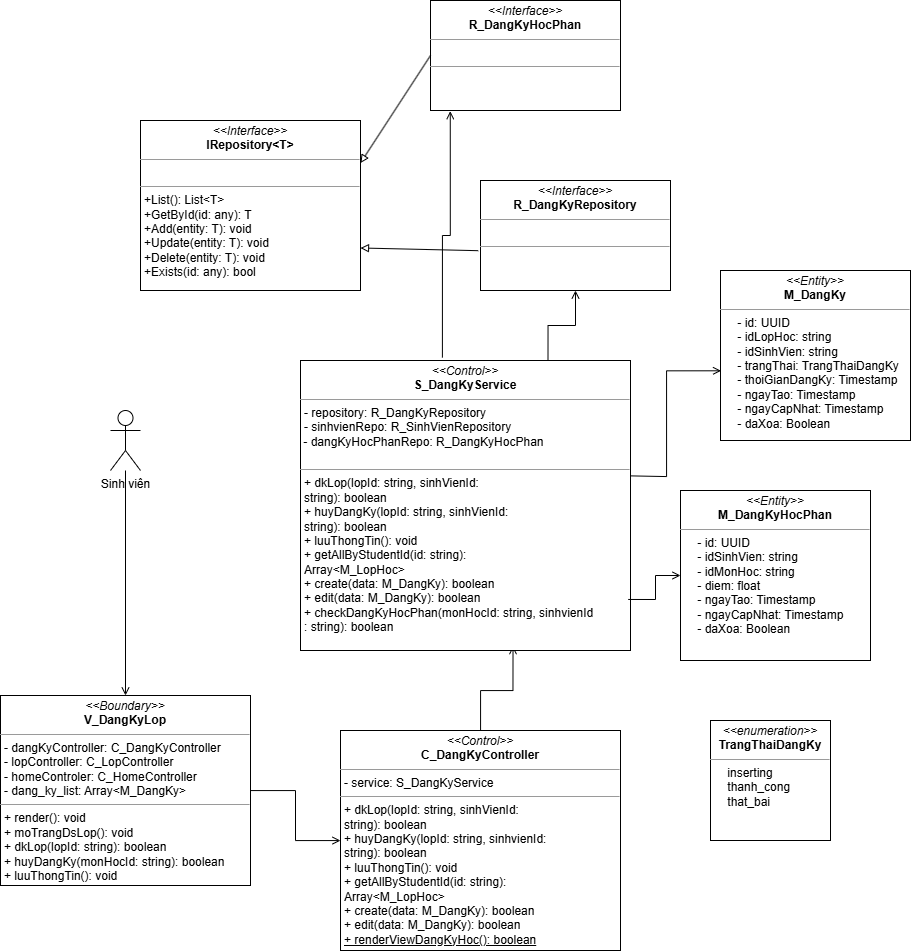
Above: Class Diagram/DK_Tin_Chi/Dang_ky_tin_chi_class_diagram.drawio.png in imvietcuongfrvietnam/PTTKHT (draw.io), before the change. Source tidied: cells renumbered, new cells last; positions are measured from the earlier drawing's top-left corner, leaving out a move shared by most shapes.
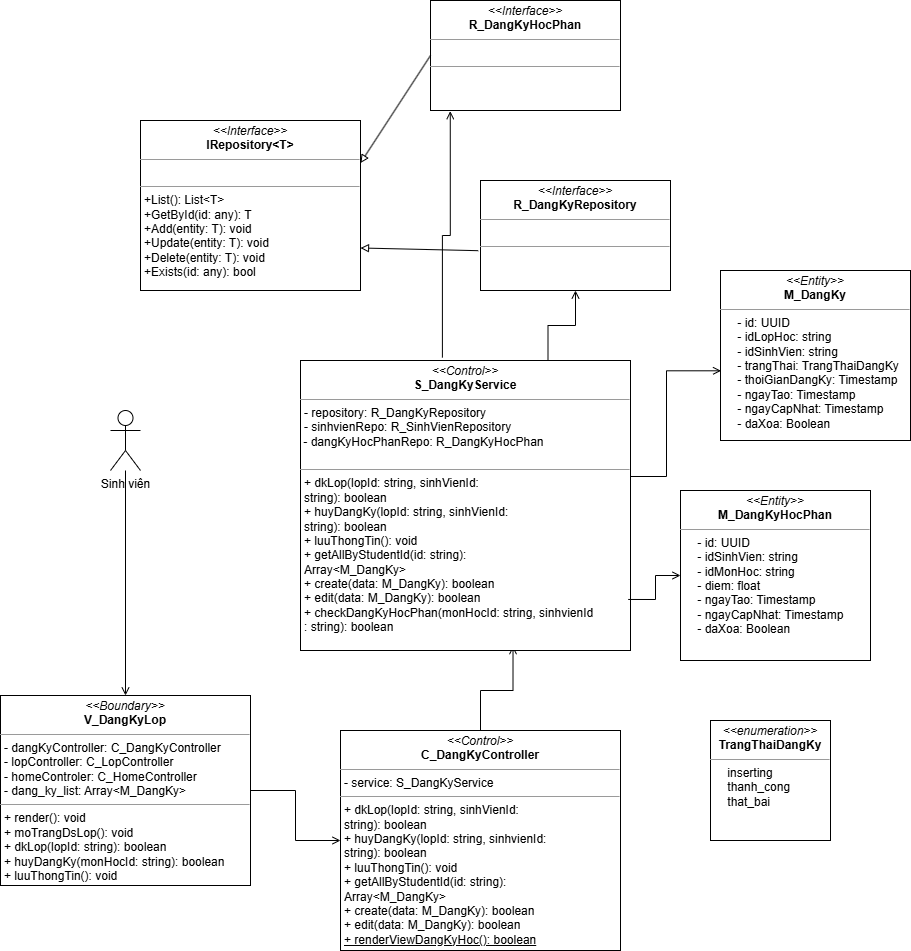
After the change.

Change to the diagram source:
```diff
@@ -17,7 +17,7 @@
     <mxCell id="6" style="edgeStyle=orthogonalEdgeStyle;rounded=0;jettySize=auto;html=1;endArrow=open;endFill=0;entryX=0.644;entryY=0.985;entryDx=0;entryDy=0;entryPerimeter=0;" parent="1" edge="1" source="7" target="15">
       <mxGeometry relative="1" as="geometry" />
     </mxCell>
-    <mxCell id="7" value="&lt;p style=&quot;margin:0px;margin-top:4px;text-align:center;&quot;&gt;&lt;i&gt;&amp;lt;&amp;lt;Control&amp;gt;&amp;gt;&lt;/i&gt;&lt;br&gt;&lt;b&gt;C_DangKyController&lt;/b&gt;&lt;/p&gt;&lt;hr size=&quot;1&quot;&gt;&lt;p style=&quot;margin:0px;margin-left:4px;&quot;&gt;&lt;span style=&quot;background-color: transparent; color: light-dark(rgb(0, 0, 0), rgb(255, 255, 255));&quot;&gt;- service: S_DangKyService&lt;br&gt;&lt;/span&gt;&lt;/p&gt;&lt;hr size=&quot;1&quot;&gt;&lt;p style=&quot;margin: 0px 0px 0px 4px;&quot;&gt;&lt;span style=&quot;background-color: transparent; color: light-dark(rgb(0, 0, 0), rgb(255, 255, 255));&quot;&gt;+ dkLop(lopId: string,&amp;nbsp;&lt;/span&gt;&lt;span style=&quot;background-color: transparent; color: light-dark(rgb(0, 0, 0), rgb(255, 255, 255));&quot;&gt;sinhVienId:&amp;nbsp;&lt;/span&gt;&lt;/p&gt;&lt;p style=&quot;margin: 0px 0px 0px 4px;&quot;&gt;&lt;span style=&quot;background-color: transparent; color: light-dark(rgb(0, 0, 0), rgb(255, 255, 255));&quot;&gt;string&lt;/span&gt;&lt;span style=&quot;background-color: transparent; color: light-dark(rgb(0, 0, 0), rgb(255, 255, 255));&quot;&gt;): boolean&lt;/span&gt;&lt;/p&gt;&lt;p style=&quot;margin: 0px 0px 0px 4px;&quot;&gt;+ huyDangKy(lopId: string,&amp;nbsp;&lt;span style=&quot;background-color: transparent; color: light-dark(rgb(0, 0, 0), rgb(255, 255, 255));&quot;&gt;sinhvienId:&lt;/span&gt;&lt;/p&gt;&lt;p style=&quot;margin: 0px 0px 0px 4px;&quot;&gt;&lt;span style=&quot;background-color: transparent; color: light-dark(rgb(0, 0, 0), rgb(255, 255, 255));&quot;&gt;string&lt;/span&gt;): boolean&lt;/p&gt;&lt;p style=&quot;margin:0px;margin-left:4px;&quot;&gt;+ luuThongTin(): void&lt;/p&gt;&lt;p style=&quot;margin:0px;margin-left:4px;&quot;&gt;&lt;span style=&quot;background-color: transparent; color: light-dark(rgb(0, 0, 0), rgb(255, 255, 255));&quot;&gt;+ getAllByStudentId(id: string):&amp;nbsp;&lt;/span&gt;&lt;/p&gt;&lt;p style=&quot;margin:0px;margin-left:4px;&quot;&gt;&lt;span style=&quot;background-color: transparent; color: light-dark(rgb(0, 0, 0), rgb(255, 255, 255));&quot;&gt;Array&amp;lt;M_LopHoc&amp;gt;&lt;/span&gt;&lt;/p&gt;&lt;p style=&quot;margin:0px;margin-left:4px;&quot;&gt;&lt;span style=&quot;background-color: transparent; color: light-dark(rgb(0, 0, 0), rgb(255, 255, 255));&quot;&gt;+ create(data: M_DangKy): boolean&lt;/span&gt;&lt;/p&gt;&lt;p style=&quot;margin:0px;margin-left:4px;&quot;&gt;&lt;span style=&quot;background-color: transparent; color: light-dark(rgb(0, 0, 0), rgb(255, 255, 255));&quot;&gt;+ edit(data: M_DangKy): boolean&lt;/span&gt;&lt;/p&gt;&lt;p style=&quot;margin:0px;margin-left:4px;&quot;&gt;&lt;span style=&quot;background-color: transparent; color: light-dark(rgb(0, 0, 0), rgb(255, 255, 255));&quot;&gt;&lt;u&gt;+ renderViewDangKyHoc(): boolean&lt;/u&gt;&lt;/span&gt;&lt;/p&gt;&lt;p style=&quot;margin:0px;margin-left:4px;&quot;&gt;&lt;br&gt;&lt;/p&gt;" style="verticalAlign=top;align=left;overflow=fill;fontSize=12;fontFamily=Helvetica;html=1;rounded=0;shadow=0;comic=0;labelBackgroundColor=none;strokeWidth=1;" parent="1" vertex="1">
+    <mxCell id="7" value="&lt;p style=&quot;margin:0px;margin-top:4px;text-align:center;&quot;&gt;&lt;i&gt;&amp;lt;&amp;lt;Control&amp;gt;&amp;gt;&lt;/i&gt;&lt;br&gt;&lt;b&gt;C_DangKyController&lt;/b&gt;&lt;/p&gt;&lt;hr size=&quot;1&quot;&gt;&lt;p style=&quot;margin:0px;margin-left:4px;&quot;&gt;&lt;span style=&quot;background-color: transparent; color: light-dark(rgb(0, 0, 0), rgb(255, 255, 255));&quot;&gt;- service: S_DangKyService&lt;br&gt;&lt;/span&gt;&lt;/p&gt;&lt;hr size=&quot;1&quot;&gt;&lt;p style=&quot;margin: 0px 0px 0px 4px;&quot;&gt;&lt;span style=&quot;background-color: transparent; color: light-dark(rgb(0, 0, 0), rgb(255, 255, 255));&quot;&gt;+ dkLop(lopId: string,&amp;nbsp;&lt;/span&gt;&lt;span style=&quot;background-color: transparent; color: light-dark(rgb(0, 0, 0), rgb(255, 255, 255));&quot;&gt;sinhVienId:&amp;nbsp;&lt;/span&gt;&lt;/p&gt;&lt;p style=&quot;margin: 0px 0px 0px 4px;&quot;&gt;&lt;span style=&quot;background-color: transparent; color: light-dark(rgb(0, 0, 0), rgb(255, 255, 255));&quot;&gt;string&lt;/span&gt;&lt;span style=&quot;background-color: transparent; color: light-dark(rgb(0, 0, 0), rgb(255, 255, 255));&quot;&gt;): boolean&lt;/span&gt;&lt;/p&gt;&lt;p style=&quot;margin: 0px 0px 0px 4px;&quot;&gt;+ huyDangKy(lopId: string,&amp;nbsp;&lt;span style=&quot;background-color: transparent; color: light-dark(rgb(0, 0, 0), rgb(255, 255, 255));&quot;&gt;sinhvienId:&lt;/span&gt;&lt;/p&gt;&lt;p style=&quot;margin: 0px 0px 0px 4px;&quot;&gt;&lt;span style=&quot;background-color: transparent; color: light-dark(rgb(0, 0, 0), rgb(255, 255, 255));&quot;&gt;string&lt;/span&gt;): boolean&lt;/p&gt;&lt;p style=&quot;margin:0px;margin-left:4px;&quot;&gt;+ luuThongTin(): void&lt;/p&gt;&lt;p style=&quot;margin:0px;margin-left:4px;&quot;&gt;&lt;span style=&quot;background-color: transparent; color: light-dark(rgb(0, 0, 0), rgb(255, 255, 255));&quot;&gt;+ getAllByStudentId(id: string):&amp;nbsp;&lt;/span&gt;&lt;/p&gt;&lt;p style=&quot;margin:0px;margin-left:4px;&quot;&gt;&lt;span style=&quot;background-color: transparent; color: light-dark(rgb(0, 0, 0), rgb(255, 255, 255));&quot;&gt;Array&amp;lt;M_DangKy&amp;gt;&lt;/span&gt;&lt;/p&gt;&lt;p style=&quot;margin:0px;margin-left:4px;&quot;&gt;&lt;span style=&quot;background-color: transparent; color: light-dark(rgb(0, 0, 0), rgb(255, 255, 255));&quot;&gt;+ create(data: M_DangKy): boolean&lt;/span&gt;&lt;/p&gt;&lt;p style=&quot;margin:0px;margin-left:4px;&quot;&gt;&lt;span style=&quot;background-color: transparent; color: light-dark(rgb(0, 0, 0), rgb(255, 255, 255));&quot;&gt;+ edit(data: M_DangKy): boolean&lt;/span&gt;&lt;/p&gt;&lt;p style=&quot;margin:0px;margin-left:4px;&quot;&gt;&lt;span style=&quot;background-color: transparent; color: light-dark(rgb(0, 0, 0), rgb(255, 255, 255));&quot;&gt;&lt;u&gt;+ renderViewDangKyHoc(): boolean&lt;/u&gt;&lt;/span&gt;&lt;/p&gt;&lt;p style=&quot;margin:0px;margin-left:4px;&quot;&gt;&lt;br&gt;&lt;/p&gt;" style="verticalAlign=top;align=left;overflow=fill;fontSize=12;fontFamily=Helvetica;html=1;rounded=0;shadow=0;comic=0;labelBackgroundColor=none;strokeWidth=1;" parent="1" vertex="1">
       <mxGeometry x="340" y="730" width="280" height="220" as="geometry" />
     </mxCell>
     <mxCell id="8" style="edgeStyle=orthogonalEdgeStyle;rounded=0;jettySize=auto;html=1;endArrow=open;endFill=0;exitX=0.75;exitY=0;exitDx=0;exitDy=0;" parent="1" edge="1" source="15" target="9">
@@ -47,7 +47,7 @@
     <mxCell id="14" value="&lt;p style=&quot;margin:0px;margin-top:4px;text-align:center;&quot;&gt;&lt;i&gt;&amp;lt;&amp;lt;enumeration&amp;gt;&amp;gt;&lt;/i&gt;&lt;br&gt;&lt;b&gt;TrangThaiDangKy&lt;/b&gt;&lt;/p&gt;&lt;hr size=&quot;1&quot;&gt;&lt;p style=&quot;margin:0px;margin-left:4px;&quot;&gt;&amp;nbsp; &amp;nbsp; inserting&lt;/p&gt;&lt;p style=&quot;margin:0px;margin-left:4px;&quot;&gt;&amp;nbsp; &amp;nbsp; thanh_cong&lt;/p&gt;&lt;p style=&quot;margin:0px;margin-left:4px;&quot;&gt;&amp;nbsp; &amp;nbsp; that_bai&lt;/p&gt;" style="verticalAlign=top;align=left;overflow=fill;fontSize=12;fontFamily=Helvetica;html=1;rounded=0;shadow=0;comic=0;labelBackgroundColor=none;strokeWidth=1;" parent="1" vertex="1">
       <mxGeometry x="710" y="720" width="120" height="120" as="geometry" />
     </mxCell>
-    <mxCell id="15" value="&lt;p style=&quot;margin:0px;margin-top:4px;text-align:center;&quot;&gt;&lt;i&gt;&amp;lt;&amp;lt;Control&amp;gt;&amp;gt;&lt;/i&gt;&lt;br&gt;&lt;b&gt;S_DangKyService&lt;/b&gt;&lt;/p&gt;&lt;hr size=&quot;1&quot;&gt;&lt;p style=&quot;margin:0px;margin-left:4px;&quot;&gt;&lt;span style=&quot;background-color: transparent; color: light-dark(rgb(0, 0, 0), rgb(255, 255, 255));&quot;&gt;- repository: R_DangKyRepository&lt;br&gt;&lt;/span&gt;&lt;/p&gt;&lt;p style=&quot;margin:0px;margin-left:4px;&quot;&gt;&lt;span style=&quot;background-color: transparent; color: light-dark(rgb(0, 0, 0), rgb(255, 255, 255));&quot;&gt;-&amp;nbsp;&lt;/span&gt;&lt;span style=&quot;background-color: transparent; color: light-dark(rgb(0, 0, 0), rgb(255, 255, 255));&quot;&gt;sinhvienRepo: R_SinhVienRepository&lt;/span&gt;&lt;/p&gt;&lt;div&gt;&lt;span style=&quot;background-color: transparent; color: light-dark(rgb(0, 0, 0), rgb(255, 255, 255));&quot;&gt;&amp;nbsp;- dangKyHocPhanRepo: R_DangKyHocPhan&lt;/span&gt;&lt;/div&gt;&lt;div&gt;&lt;span style=&quot;background-color: transparent; color: light-dark(rgb(0, 0, 0), rgb(255, 255, 255));&quot;&gt;&lt;br&gt;&lt;/span&gt;&lt;/div&gt;&lt;hr size=&quot;1&quot;&gt;&lt;p style=&quot;margin:0px;margin-left:4px;&quot;&gt;&lt;span style=&quot;background-color: transparent; color: light-dark(rgb(0, 0, 0), rgb(255, 255, 255));&quot;&gt;+ dkLop(lopId: string,&amp;nbsp;&lt;/span&gt;&lt;span style=&quot;background-color: transparent; color: light-dark(rgb(0, 0, 0), rgb(255, 255, 255));&quot;&gt;sinhVienId:&amp;nbsp;&lt;/span&gt;&lt;/p&gt;&lt;p style=&quot;margin:0px;margin-left:4px;&quot;&gt;&lt;span style=&quot;background-color: transparent; color: light-dark(rgb(0, 0, 0), rgb(255, 255, 255));&quot;&gt;string&lt;/span&gt;&lt;span style=&quot;background-color: transparent; color: light-dark(rgb(0, 0, 0), rgb(255, 255, 255));&quot;&gt;): boolean&lt;/span&gt;&lt;/p&gt;&lt;p style=&quot;margin:0px;margin-left:4px;&quot;&gt;+ huyDangKy(lopId: string,&amp;nbsp;&lt;span style=&quot;background-color: transparent; color: light-dark(rgb(0, 0, 0), rgb(255, 255, 255));&quot;&gt;sinhVienId:&amp;nbsp;&lt;/span&gt;&lt;/p&gt;&lt;p style=&quot;margin:0px;margin-left:4px;&quot;&gt;&lt;span style=&quot;background-color: transparent; color: light-dark(rgb(0, 0, 0), rgb(255, 255, 255));&quot;&gt;string&lt;/span&gt;): boolean&lt;/p&gt;&lt;p style=&quot;margin:0px;margin-left:4px;&quot;&gt;+ luuThongTin(): void&lt;/p&gt;&lt;p style=&quot;margin:0px;margin-left:4px;&quot;&gt;&lt;span style=&quot;background-color: transparent; color: light-dark(rgb(0, 0, 0), rgb(255, 255, 255));&quot;&gt;+ getAllByStudentId(id: string):&amp;nbsp;&lt;/span&gt;&lt;/p&gt;&lt;p style=&quot;margin:0px;margin-left:4px;&quot;&gt;&lt;span style=&quot;background-color: transparent; color: light-dark(rgb(0, 0, 0), rgb(255, 255, 255));&quot;&gt;Array&amp;lt;M_LopHoc&amp;gt;&lt;/span&gt;&lt;/p&gt;&lt;p style=&quot;margin:0px;margin-left:4px;&quot;&gt;&lt;span style=&quot;background-color: transparent; color: light-dark(rgb(0, 0, 0), rgb(255, 255, 255));&quot;&gt;+ create(data: M_DangKy): boolean&lt;/span&gt;&lt;/p&gt;&lt;p style=&quot;margin:0px;margin-left:4px;&quot;&gt;&lt;span style=&quot;background-color: transparent; color: light-dark(rgb(0, 0, 0), rgb(255, 255, 255));&quot;&gt;+ edit(data: M_DangKy): boolean&lt;br&gt;+ checkDangKyHocPhan(monHocId: string, sinhvienId&lt;/span&gt;&lt;/p&gt;&lt;p style=&quot;margin:0px;margin-left:4px;&quot;&gt;&lt;span style=&quot;background-color: transparent; color: light-dark(rgb(0, 0, 0), rgb(255, 255, 255));&quot;&gt;: string): boolean&lt;/span&gt;&lt;/p&gt;&lt;p style=&quot;margin:0px;margin-left:4px;&quot;&gt;&lt;br&gt;&lt;/p&gt;" style="verticalAlign=top;align=left;overflow=fill;fontSize=12;fontFamily=Helvetica;html=1;rounded=0;shadow=0;comic=0;labelBackgroundColor=none;strokeWidth=1;" parent="1" vertex="1">
+    <mxCell id="15" value="&lt;p style=&quot;margin:0px;margin-top:4px;text-align:center;&quot;&gt;&lt;i&gt;&amp;lt;&amp;lt;Control&amp;gt;&amp;gt;&lt;/i&gt;&lt;br&gt;&lt;b&gt;S_DangKyService&lt;/b&gt;&lt;/p&gt;&lt;hr size=&quot;1&quot;&gt;&lt;p style=&quot;margin:0px;margin-left:4px;&quot;&gt;&lt;span style=&quot;background-color: transparent; color: light-dark(rgb(0, 0, 0), rgb(255, 255, 255));&quot;&gt;- repository: R_DangKyRepository&lt;br&gt;&lt;/span&gt;&lt;/p&gt;&lt;p style=&quot;margin:0px;margin-left:4px;&quot;&gt;&lt;span style=&quot;background-color: transparent; color: light-dark(rgb(0, 0, 0), rgb(255, 255, 255));&quot;&gt;-&amp;nbsp;&lt;/span&gt;&lt;span style=&quot;background-color: transparent; color: light-dark(rgb(0, 0, 0), rgb(255, 255, 255));&quot;&gt;sinhvienRepo: R_SinhVienRepository&lt;/span&gt;&lt;/p&gt;&lt;div&gt;&lt;span style=&quot;background-color: transparent; color: light-dark(rgb(0, 0, 0), rgb(255, 255, 255));&quot;&gt;&amp;nbsp;- dangKyHocPhanRepo: R_DangKyHocPhan&lt;/span&gt;&lt;/div&gt;&lt;div&gt;&lt;span style=&quot;background-color: transparent; color: light-dark(rgb(0, 0, 0), rgb(255, 255, 255));&quot;&gt;&lt;br&gt;&lt;/span&gt;&lt;/div&gt;&lt;hr size=&quot;1&quot;&gt;&lt;p style=&quot;margin:0px;margin-left:4px;&quot;&gt;&lt;span style=&quot;background-color: transparent; color: light-dark(rgb(0, 0, 0), rgb(255, 255, 255));&quot;&gt;+ dkLop(lopId: string,&amp;nbsp;&lt;/span&gt;&lt;span style=&quot;background-color: transparent; color: light-dark(rgb(0, 0, 0), rgb(255, 255, 255));&quot;&gt;sinhVienId:&amp;nbsp;&lt;/span&gt;&lt;/p&gt;&lt;p style=&quot;margin:0px;margin-left:4px;&quot;&gt;&lt;span style=&quot;background-color: transparent; color: light-dark(rgb(0, 0, 0), rgb(255, 255, 255));&quot;&gt;string&lt;/span&gt;&lt;span style=&quot;background-color: transparent; color: light-dark(rgb(0, 0, 0), rgb(255, 255, 255));&quot;&gt;): boolean&lt;/span&gt;&lt;/p&gt;&lt;p style=&quot;margin:0px;margin-left:4px;&quot;&gt;+ huyDangKy(lopId: string,&amp;nbsp;&lt;span style=&quot;background-color: transparent; color: light-dark(rgb(0, 0, 0), rgb(255, 255, 255));&quot;&gt;sinhVienId:&amp;nbsp;&lt;/span&gt;&lt;/p&gt;&lt;p style=&quot;margin:0px;margin-left:4px;&quot;&gt;&lt;span style=&quot;background-color: transparent; color: light-dark(rgb(0, 0, 0), rgb(255, 255, 255));&quot;&gt;string&lt;/span&gt;): boolean&lt;/p&gt;&lt;p style=&quot;margin:0px;margin-left:4px;&quot;&gt;+ luuThongTin(): void&lt;/p&gt;&lt;p style=&quot;margin:0px;margin-left:4px;&quot;&gt;&lt;span style=&quot;background-color: transparent; color: light-dark(rgb(0, 0, 0), rgb(255, 255, 255));&quot;&gt;+ getAllByStudentId(id: string):&amp;nbsp;&lt;/span&gt;&lt;/p&gt;&lt;p style=&quot;margin:0px;margin-left:4px;&quot;&gt;&lt;span style=&quot;background-color: transparent; color: light-dark(rgb(0, 0, 0), rgb(255, 255, 255));&quot;&gt;Array&amp;lt;M_DangKy&amp;gt;&lt;/span&gt;&lt;/p&gt;&lt;p style=&quot;margin:0px;margin-left:4px;&quot;&gt;&lt;span style=&quot;background-color: transparent; color: light-dark(rgb(0, 0, 0), rgb(255, 255, 255));&quot;&gt;+ create(data: M_DangKy): boolean&lt;/span&gt;&lt;/p&gt;&lt;p style=&quot;margin:0px;margin-left:4px;&quot;&gt;&lt;span style=&quot;background-color: transparent; color: light-dark(rgb(0, 0, 0), rgb(255, 255, 255));&quot;&gt;+ edit(data: M_DangKy): boolean&lt;br&gt;+ checkDangKyHocPhan(monHocId: string, sinhvienId&lt;/span&gt;&lt;/p&gt;&lt;p style=&quot;margin:0px;margin-left:4px;&quot;&gt;&lt;span style=&quot;background-color: transparent; color: light-dark(rgb(0, 0, 0), rgb(255, 255, 255));&quot;&gt;: string): boolean&lt;/span&gt;&lt;/p&gt;&lt;p style=&quot;margin:0px;margin-left:4px;&quot;&gt;&lt;br&gt;&lt;/p&gt;" style="verticalAlign=top;align=left;overflow=fill;fontSize=12;fontFamily=Helvetica;html=1;rounded=0;shadow=0;comic=0;labelBackgroundColor=none;strokeWidth=1;" parent="1" vertex="1">
       <mxGeometry x="300" y="360" width="330" height="290" as="geometry" />
     </mxCell>
     <mxCell id="16" value="&lt;p style=&quot;margin:0px;margin-top:4px;text-align:center;&quot;&gt;&lt;i&gt;&amp;lt;&amp;lt;Entity&amp;gt;&amp;gt;&lt;/i&gt;&lt;br&gt;&lt;b&gt;M_DangKyHocPhan&lt;/b&gt;&lt;/p&gt;&lt;hr size=&quot;1&quot;&gt;&lt;p style=&quot;margin:0px;margin-left:4px;&quot;&gt;&amp;nbsp; &amp;nbsp; - id: UUID&lt;/p&gt;&lt;p style=&quot;margin:0px;margin-left:4px;&quot;&gt;&amp;nbsp; &amp;nbsp; - idSinhVien: string&lt;/p&gt;&lt;p style=&quot;margin:0px;margin-left:4px;&quot;&gt;&amp;nbsp; &amp;nbsp; - idMonHoc: string&lt;/p&gt;&lt;p style=&quot;margin:0px;margin-left:4px;&quot;&gt;&amp;nbsp; &amp;nbsp; - diem: float&lt;/p&gt;&lt;p style=&quot;margin:0px;margin-left:4px;&quot;&gt;&amp;nbsp; &amp;nbsp; - ngayTao: Timestamp&lt;/p&gt;&lt;p style=&quot;margin:0px;margin-left:4px;&quot;&gt;&amp;nbsp; &amp;nbsp; - ngayCapNhat: Timestamp&lt;/p&gt;&lt;p style=&quot;margin:0px;margin-left:4px;&quot;&gt;&amp;nbsp; &amp;nbsp; - daXoa: Boolean&lt;/p&gt;" style="verticalAlign=top;align=left;overflow=fill;fontSize=12;fontFamily=Helvetica;html=1;rounded=0;shadow=0;comic=0;labelBackgroundColor=none;strokeWidth=1;" parent="1" vertex="1">
```
